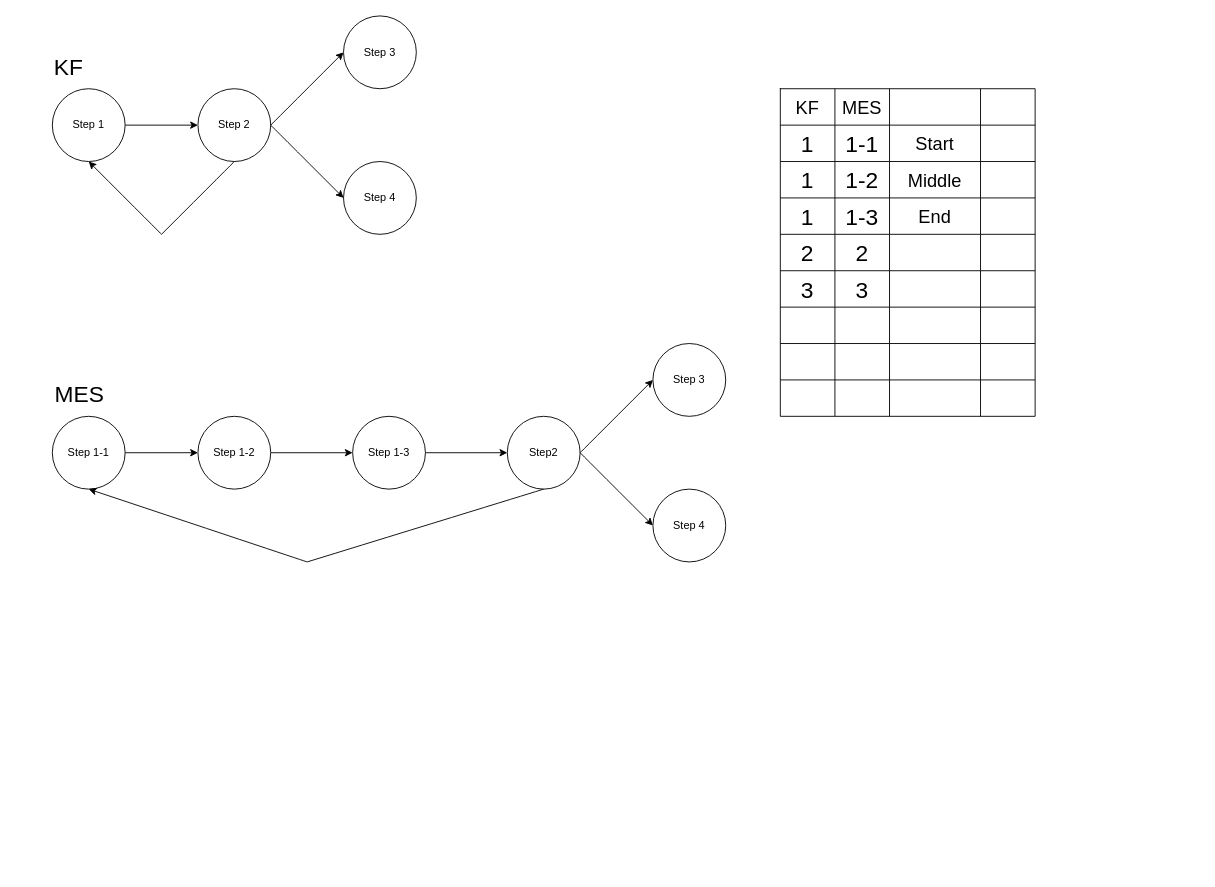
Above: page "KF to MES routing mapping" (2 of 4) of MES Mindmaps/MES分階段.drawio in vinceliao99/MyDiagrams (draw.io), before the change. Source tidied: cells renumbered, new cells numbered last; positions are measured from the earlier drawing's top-left corner, leaving out a move shared by most shapes. Both pictures are drawn from the tidied source at 91%, with x=0, y=0 at pixel (41, 15).
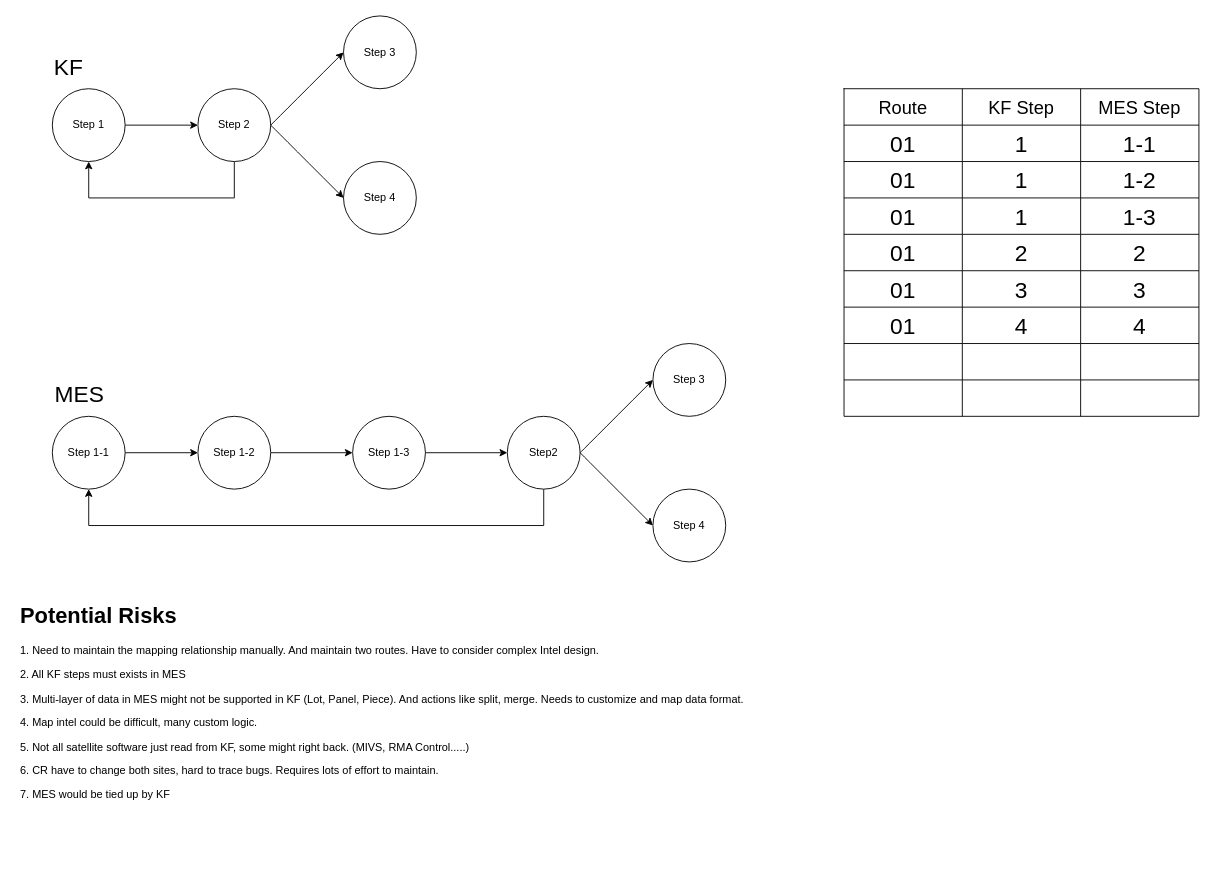
After the change.

Unchanged cells that the change refers to:
```xml
<mxCell id="3" value="Step 1" style="ellipse;whiteSpace=wrap;html=1;" parent="1" vertex="1">
  <mxGeometry x="12" y="80" width="80" height="80" as="geometry" />
</mxCell>
<mxCell id="4" value="Step 2" style="ellipse;whiteSpace=wrap;html=1;" parent="1" vertex="1">
  <mxGeometry x="172" y="80" width="80" height="80" as="geometry" />
</mxCell>
<mxCell id="9" value="Step 1-1" style="ellipse;whiteSpace=wrap;html=1;" parent="1" vertex="1">
  <mxGeometry x="12" y="440" width="80" height="80" as="geometry" />
</mxCell>
<mxCell id="14" value="Step2" style="ellipse;whiteSpace=wrap;html=1;" parent="1" vertex="1">
  <mxGeometry x="512" y="440" width="80" height="80" as="geometry" />
</mxCell>
```

The edit, as a diff of the source:
```diff
@@
+    <mxCell id="78" style="edgeStyle=orthogonalEdgeStyle;rounded=0;jettySize=auto;html=1;exitX=0.5;exitY=1;exitDx=0;exitDy=0;entryX=0.5;entryY=1;entryDx=0;entryDy=0;" parent="1" edge="1" source="4" target="3">
+      <mxGeometry relative="1" as="geometry">
+        <Array as="points">
+          <mxPoint x="212" y="200" />
+          <mxPoint x="52" y="200" />
+        </Array>
+      </mxGeometry>
+    </mxCell>
@@
+    <mxCell id="79" style="edgeStyle=orthogonalEdgeStyle;rounded=0;jettySize=auto;html=1;exitX=0.5;exitY=1;exitDx=0;exitDy=0;entryX=0.5;entryY=1;entryDx=0;entryDy=0;" parent="1" edge="1" source="14" target="9">
+      <mxGeometry relative="1" as="geometry">
+        <Array as="points">
+          <mxPoint x="552" y="560" />
+          <mxPoint x="52" y="560" />
+        </Array>
+      </mxGeometry>
+    </mxCell>
@@
     <mxCell id="18" style="shape=table;startSize=0;childLayout=tableLayout;fontSize=25;" parent="1" vertex="1">
-      <mxGeometry x="812" y="80" width="280" height="360" as="geometry" />
+      <mxGeometry x="882" y="80" width="390" height="360" as="geometry" />
     </mxCell>
     <mxCell id="19" style="shape=tableRow;horizontal=0;startSize=0;swimlaneHead=0;swimlaneBody=0;top=0;left=0;bottom=0;right=0;fillColor=none;fontSize=25;" parent="18" vertex="1">
-      <mxGeometry width="280" height="40" as="geometry" />
+      <mxGeometry width="390" height="40" as="geometry" />
     </mxCell>
+    <mxCell id="80" value="Route" style="shape=partialRectangle;html=1;whiteSpace=wrap;overflow=hidden;fillColor=none;top=0;left=0;bottom=0;right=0;fontSize=20;" parent="19" vertex="1">
+      <mxGeometry width="130" height="40" as="geometry" />
+    </mxCell>
-    <mxCell id="20" value="KF" style="shape=partialRectangle;html=1;whiteSpace=wrap;overflow=hidden;fillColor=none;top=0;left=0;bottom=0;right=0;fontSize=20;" parent="19" vertex="1">
-      <mxGeometry width="60" height="40" as="geometry" />
+    <mxCell id="20" value="KF Step" style="shape=partialRectangle;html=1;whiteSpace=wrap;overflow=hidden;fillColor=none;top=0;left=0;bottom=0;right=0;fontSize=20;" parent="19" vertex="1">
+      <mxGeometry x="130" width="130" height="40" as="geometry" />
     </mxCell>
-    <mxCell id="21" value="MES" style="shape=partialRectangle;html=1;whiteSpace=wrap;overflow=hidden;fillColor=none;top=0;left=0;bottom=0;right=0;fontSize=20;" parent="19" vertex="1">
-      <mxGeometry x="60" width="60" height="40" as="geometry" />
+    <mxCell id="21" value="MES Step" style="shape=partialRectangle;html=1;whiteSpace=wrap;overflow=hidden;fillColor=none;top=0;left=0;bottom=0;right=0;fontSize=20;" parent="19" vertex="1">
+      <mxGeometry x="260" width="130" height="40" as="geometry" />
     </mxCell>
-    <mxCell id="22" style="shape=partialRectangle;html=1;whiteSpace=wrap;overflow=hidden;fillColor=none;top=0;left=0;bottom=0;right=0;fontSize=20;" parent="19" vertex="1">
-      <mxGeometry x="120" width="100" height="40" as="geometry" />
-    </mxCell>
-    <mxCell id="23" style="shape=partialRectangle;html=1;whiteSpace=wrap;overflow=hidden;fillColor=none;top=0;left=0;bottom=0;right=0;fontSize=25;" parent="19" vertex="1">
-      <mxGeometry x="220" width="60" height="40" as="geometry" />
-    </mxCell>
     <mxCell id="24" style="shape=tableRow;horizontal=0;startSize=0;swimlaneHead=0;swimlaneBody=0;top=0;left=0;bottom=0;right=0;fillColor=none;fontSize=25;" parent="18" vertex="1">
-      <mxGeometry y="40" width="280" height="40" as="geometry" />
+      <mxGeometry y="40" width="390" height="40" as="geometry" />
     </mxCell>
+    <mxCell id="81" value="01" style="shape=partialRectangle;html=1;whiteSpace=wrap;overflow=hidden;fillColor=none;top=0;left=0;bottom=0;right=0;fontSize=25;" parent="24" vertex="1">
+      <mxGeometry width="130" height="40" as="geometry" />
+    </mxCell>
     <mxCell id="25" value="1" style="shape=partialRectangle;html=1;whiteSpace=wrap;overflow=hidden;fillColor=none;top=0;left=0;bottom=0;right=0;fontSize=25;" parent="24" vertex="1">
-      <mxGeometry width="60" height="40" as="geometry" />
+      <mxGeometry x="130" width="130" height="40" as="geometry" />
     </mxCell>
     <mxCell id="26" value="1-1" style="shape=partialRectangle;html=1;whiteSpace=wrap;overflow=hidden;fillColor=none;top=0;left=0;bottom=0;right=0;fontSize=25;" parent="24" vertex="1">
-      <mxGeometry x="60" width="60" height="40" as="geometry" />
+      <mxGeometry x="260" width="130" height="40" as="geometry" />
     </mxCell>
-    <mxCell id="27" value="Start" style="shape=partialRectangle;html=1;whiteSpace=wrap;overflow=hidden;fillColor=none;top=0;left=0;bottom=0;right=0;fontSize=20;" parent="24" vertex="1">
-      <mxGeometry x="120" width="100" height="40" as="geometry" />
-    </mxCell>
-    <mxCell id="28" style="shape=partialRectangle;html=1;whiteSpace=wrap;overflow=hidden;fillColor=none;top=0;left=0;bottom=0;right=0;fontSize=25;" parent="24" vertex="1">
-      <mxGeometry x="220" width="60" height="40" as="geometry" />
-    </mxCell>
     <mxCell id="29" style="shape=tableRow;horizontal=0;startSize=0;swimlaneHead=0;swimlaneBody=0;top=0;left=0;bottom=0;right=0;fillColor=none;fontSize=25;" parent="18" vertex="1">
-      <mxGeometry y="80" width="280" height="40" as="geometry" />
+      <mxGeometry y="80" width="390" height="40" as="geometry" />
     </mxCell>
+    <mxCell id="82" value="01" style="shape=partialRectangle;html=1;whiteSpace=wrap;overflow=hidden;fillColor=none;top=0;left=0;bottom=0;right=0;fontSize=25;" parent="29" vertex="1">
+      <mxGeometry width="130" height="40" as="geometry" />
+    </mxCell>
     <mxCell id="30" value="1" style="shape=partialRectangle;html=1;whiteSpace=wrap;overflow=hidden;fillColor=none;top=0;left=0;bottom=0;right=0;fontSize=25;" parent="29" vertex="1">
-      <mxGeometry width="60" height="40" as="geometry" />
+      <mxGeometry x="130" width="130" height="40" as="geometry" />
     </mxCell>
     <mxCell id="31" value="1-2" style="shape=partialRectangle;html=1;whiteSpace=wrap;overflow=hidden;fillColor=none;top=0;left=0;bottom=0;right=0;fontSize=25;" parent="29" vertex="1">
-      <mxGeometry x="60" width="60" height="40" as="geometry" />
+      <mxGeometry x="260" width="130" height="40" as="geometry" />
     </mxCell>
-    <mxCell id="32" value="Middle" style="shape=partialRectangle;html=1;whiteSpace=wrap;overflow=hidden;fillColor=none;top=0;left=0;bottom=0;right=0;fontSize=20;" parent="29" vertex="1">
-      <mxGeometry x="120" width="100" height="40" as="geometry" />
-    </mxCell>
-    <mxCell id="33" style="shape=partialRectangle;html=1;whiteSpace=wrap;overflow=hidden;fillColor=none;top=0;left=0;bottom=0;right=0;fontSize=25;" parent="29" vertex="1">
-      <mxGeometry x="220" width="60" height="40" as="geometry" />
-    </mxCell>
     <mxCell id="34" style="shape=tableRow;horizontal=0;startSize=0;swimlaneHead=0;swimlaneBody=0;top=0;left=0;bottom=0;right=0;fillColor=none;fontSize=25;" parent="18" vertex="1">
-      <mxGeometry y="120" width="280" height="40" as="geometry" />
+      <mxGeometry y="120" width="390" height="40" as="geometry" />
     </mxCell>
+    <mxCell id="83" value="01" style="shape=partialRectangle;html=1;whiteSpace=wrap;overflow=hidden;fillColor=none;top=0;left=0;bottom=0;right=0;fontSize=25;" parent="34" vertex="1">
+      <mxGeometry width="130" height="40" as="geometry" />
+    </mxCell>
     <mxCell id="35" value="1" style="shape=partialRectangle;html=1;whiteSpace=wrap;overflow=hidden;fillColor=none;top=0;left=0;bottom=0;right=0;fontSize=25;" parent="34" vertex="1">
-      <mxGeometry width="60" height="40" as="geometry" />
+      <mxGeometry x="130" width="130" height="40" as="geometry" />
     </mxCell>
     <mxCell id="36" value="1-3" style="shape=partialRectangle;html=1;whiteSpace=wrap;overflow=hidden;fillColor=none;top=0;left=0;bottom=0;right=0;fontSize=25;" parent="34" vertex="1">
-      <mxGeometry x="60" width="60" height="40" as="geometry" />
+      <mxGeometry x="260" width="130" height="40" as="geometry" />
     </mxCell>
-    <mxCell id="37" value="End" style="shape=partialRectangle;html=1;whiteSpace=wrap;overflow=hidden;fillColor=none;top=0;left=0;bottom=0;right=0;fontSize=20;" parent="34" vertex="1">
-      <mxGeometry x="120" width="100" height="40" as="geometry" />
-    </mxCell>
-    <mxCell id="38" style="shape=partialRectangle;html=1;whiteSpace=wrap;overflow=hidden;fillColor=none;top=0;left=0;bottom=0;right=0;fontSize=25;" parent="34" vertex="1">
-      <mxGeometry x="220" width="60" height="40" as="geometry" />
-    </mxCell>
     <mxCell id="39" style="shape=tableRow;horizontal=0;startSize=0;swimlaneHead=0;swimlaneBody=0;top=0;left=0;bottom=0;right=0;fillColor=none;fontSize=25;" parent="18" vertex="1">
-      <mxGeometry y="160" width="280" height="40" as="geometry" />
+      <mxGeometry y="160" width="390" height="40" as="geometry" />
     </mxCell>
+    <mxCell id="84" value="01" style="shape=partialRectangle;html=1;whiteSpace=wrap;overflow=hidden;fillColor=none;top=0;left=0;bottom=0;right=0;fontSize=25;" parent="39" vertex="1">
+      <mxGeometry width="130" height="40" as="geometry" />
+    </mxCell>
     <mxCell id="40" value="2" style="shape=partialRectangle;html=1;whiteSpace=wrap;overflow=hidden;fillColor=none;top=0;left=0;bottom=0;right=0;fontSize=25;" parent="39" vertex="1">
-      <mxGeometry width="60" height="40" as="geometry" />
+      <mxGeometry x="130" width="130" height="40" as="geometry" />
     </mxCell>
     <mxCell id="41" value="2" style="shape=partialRectangle;html=1;whiteSpace=wrap;overflow=hidden;fillColor=none;top=0;left=0;bottom=0;right=0;fontSize=25;" parent="39" vertex="1">
-      <mxGeometry x="60" width="60" height="40" as="geometry" />
+      <mxGeometry x="260" width="130" height="40" as="geometry" />
     </mxCell>
-    <mxCell id="42" style="shape=partialRectangle;html=1;whiteSpace=wrap;overflow=hidden;fillColor=none;top=0;left=0;bottom=0;right=0;fontSize=25;" parent="39" vertex="1">
-      <mxGeometry x="120" width="100" height="40" as="geometry" />
-    </mxCell>
-    <mxCell id="43" style="shape=partialRectangle;html=1;whiteSpace=wrap;overflow=hidden;fillColor=none;top=0;left=0;bottom=0;right=0;fontSize=25;" parent="39" vertex="1">
-      <mxGeometry x="220" width="60" height="40" as="geometry" />
-    </mxCell>
     <mxCell id="44" style="shape=tableRow;horizontal=0;startSize=0;swimlaneHead=0;swimlaneBody=0;top=0;left=0;bottom=0;right=0;fillColor=none;fontSize=25;" parent="18" vertex="1">
-      <mxGeometry y="200" width="280" height="40" as="geometry" />
+      <mxGeometry y="200" width="390" height="40" as="geometry" />
     </mxCell>
+    <mxCell id="85" value="01" style="shape=partialRectangle;html=1;whiteSpace=wrap;overflow=hidden;fillColor=none;top=0;left=0;bottom=0;right=0;fontSize=25;" parent="44" vertex="1">
+      <mxGeometry width="130" height="40" as="geometry" />
+    </mxCell>
     <mxCell id="45" value="3" style="shape=partialRectangle;html=1;whiteSpace=wrap;overflow=hidden;fillColor=none;top=0;left=0;bottom=0;right=0;fontSize=25;" parent="44" vertex="1">
-      <mxGeometry width="60" height="40" as="geometry" />
+      <mxGeometry x="130" width="130" height="40" as="geometry" />
     </mxCell>
     <mxCell id="46" value="3" style="shape=partialRectangle;html=1;whiteSpace=wrap;overflow=hidden;fillColor=none;top=0;left=0;bottom=0;right=0;fontSize=25;" parent="44" vertex="1">
-      <mxGeometry x="60" width="60" height="40" as="geometry" />
+      <mxGeometry x="260" width="130" height="40" as="geometry" />
     </mxCell>
-    <mxCell id="47" style="shape=partialRectangle;html=1;whiteSpace=wrap;overflow=hidden;fillColor=none;top=0;left=0;bottom=0;right=0;fontSize=25;" parent="44" vertex="1">
-      <mxGeometry x="120" width="100" height="40" as="geometry" />
-    </mxCell>
-    <mxCell id="48" style="shape=partialRectangle;html=1;whiteSpace=wrap;overflow=hidden;fillColor=none;top=0;left=0;bottom=0;right=0;fontSize=25;" parent="44" vertex="1">
-      <mxGeometry x="220" width="60" height="40" as="geometry" />
-    </mxCell>
     <mxCell id="49" style="shape=tableRow;horizontal=0;startSize=0;swimlaneHead=0;swimlaneBody=0;top=0;left=0;bottom=0;right=0;fillColor=none;fontSize=25;" parent="18" vertex="1">
-      <mxGeometry y="240" width="280" height="40" as="geometry" />
+      <mxGeometry y="240" width="390" height="40" as="geometry" />
     </mxCell>
+    <mxCell id="86" value="01" style="shape=partialRectangle;html=1;whiteSpace=wrap;overflow=hidden;fillColor=none;top=0;left=0;bottom=0;right=0;fontSize=25;" parent="49" vertex="1">
+      <mxGeometry width="130" height="40" as="geometry" />
+    </mxCell>
-    <mxCell id="50" style="shape=partialRectangle;html=1;whiteSpace=wrap;overflow=hidden;fillColor=none;top=0;left=0;bottom=0;right=0;fontSize=25;" parent="49" vertex="1">
-      <mxGeometry width="60" height="40" as="geometry" />
+    <mxCell id="50" value="4" style="shape=partialRectangle;html=1;whiteSpace=wrap;overflow=hidden;fillColor=none;top=0;left=0;bottom=0;right=0;fontSize=25;" parent="49" vertex="1">
+      <mxGeometry x="130" width="130" height="40" as="geometry" />
     </mxCell>
-    <mxCell id="51" style="shape=partialRectangle;html=1;whiteSpace=wrap;overflow=hidden;fillColor=none;top=0;left=0;bottom=0;right=0;fontSize=25;" parent="49" vertex="1">
-      <mxGeometry x="60" width="60" height="40" as="geometry" />
+    <mxCell id="51" value="4" style="shape=partialRectangle;html=1;whiteSpace=wrap;overflow=hidden;fillColor=none;top=0;left=0;bottom=0;right=0;fontSize=25;" parent="49" vertex="1">
+      <mxGeometry x="260" width="130" height="40" as="geometry" />
     </mxCell>
-    <mxCell id="52" style="shape=partialRectangle;html=1;whiteSpace=wrap;overflow=hidden;fillColor=none;top=0;left=0;bottom=0;right=0;fontSize=25;" parent="49" vertex="1">
-      <mxGeometry x="120" width="100" height="40" as="geometry" />
-    </mxCell>
-    <mxCell id="53" style="shape=partialRectangle;html=1;whiteSpace=wrap;overflow=hidden;fillColor=none;top=0;left=0;bottom=0;right=0;fontSize=25;" parent="49" vertex="1">
-      <mxGeometry x="220" width="60" height="40" as="geometry" />
-    </mxCell>
     <mxCell id="54" style="shape=tableRow;horizontal=0;startSize=0;swimlaneHead=0;swimlaneBody=0;top=0;left=0;bottom=0;right=0;fillColor=none;fontSize=25;" parent="18" vertex="1">
-      <mxGeometry y="280" width="280" height="40" as="geometry" />
+      <mxGeometry y="280" width="390" height="40" as="geometry" />
     </mxCell>
+    <mxCell id="87" style="shape=partialRectangle;html=1;whiteSpace=wrap;overflow=hidden;fillColor=none;top=0;left=0;bottom=0;right=0;fontSize=25;" parent="54" vertex="1">
+      <mxGeometry width="130" height="40" as="geometry" />
+    </mxCell>
     <mxCell id="55" style="shape=partialRectangle;html=1;whiteSpace=wrap;overflow=hidden;fillColor=none;top=0;left=0;bottom=0;right=0;fontSize=25;" parent="54" vertex="1">
-      <mxGeometry width="60" height="40" as="geometry" />
+      <mxGeometry x="130" width="130" height="40" as="geometry" />
     </mxCell>
     <mxCell id="56" style="shape=partialRectangle;html=1;whiteSpace=wrap;overflow=hidden;fillColor=none;top=0;left=0;bottom=0;right=0;fontSize=25;" parent="54" vertex="1">
-      <mxGeometry x="60" width="60" height="40" as="geometry" />
+      <mxGeometry x="260" width="130" height="40" as="geometry" />
     </mxCell>
-    <mxCell id="57" style="shape=partialRectangle;html=1;whiteSpace=wrap;overflow=hidden;fillColor=none;top=0;left=0;bottom=0;right=0;fontSize=25;" parent="54" vertex="1">
-      <mxGeometry x="120" width="100" height="40" as="geometry" />
-    </mxCell>
-    <mxCell id="58" style="shape=partialRectangle;html=1;whiteSpace=wrap;overflow=hidden;fillColor=none;top=0;left=0;bottom=0;right=0;fontSize=25;" parent="54" vertex="1">
-      <mxGeometry x="220" width="60" height="40" as="geometry" />
-    </mxCell>
     <mxCell id="59" style="shape=tableRow;horizontal=0;startSize=0;swimlaneHead=0;swimlaneBody=0;top=0;left=0;bottom=0;right=0;fillColor=none;fontSize=25;" parent="18" vertex="1">
-      <mxGeometry y="320" width="280" height="40" as="geometry" />
+      <mxGeometry y="320" width="390" height="40" as="geometry" />
     </mxCell>
+    <mxCell id="88" style="shape=partialRectangle;html=1;whiteSpace=wrap;overflow=hidden;fillColor=none;top=0;left=0;bottom=0;right=0;fontSize=25;" parent="59" vertex="1">
+      <mxGeometry width="130" height="40" as="geometry" />
+    </mxCell>
     <mxCell id="60" style="shape=partialRectangle;html=1;whiteSpace=wrap;overflow=hidden;fillColor=none;top=0;left=0;bottom=0;right=0;fontSize=25;" parent="59" vertex="1">
-      <mxGeometry width="60" height="40" as="geometry" />
+      <mxGeometry x="130" width="130" height="40" as="geometry" />
     </mxCell>
     <mxCell id="61" style="shape=partialRectangle;html=1;whiteSpace=wrap;overflow=hidden;fillColor=none;top=0;left=0;bottom=0;right=0;fontSize=25;" parent="59" vertex="1">
-      <mxGeometry x="60" width="60" height="40" as="geometry" />
+      <mxGeometry x="260" width="130" height="40" as="geometry" />
     </mxCell>
-    <mxCell id="62" style="shape=partialRectangle;html=1;whiteSpace=wrap;overflow=hidden;fillColor=none;top=0;left=0;bottom=0;right=0;fontSize=25;" parent="59" vertex="1">
-      <mxGeometry x="120" width="100" height="40" as="geometry" />
-    </mxCell>
-    <mxCell id="63" style="shape=partialRectangle;html=1;whiteSpace=wrap;overflow=hidden;fillColor=none;top=0;left=0;bottom=0;right=0;fontSize=25;" parent="59" vertex="1">
-      <mxGeometry x="220" width="60" height="40" as="geometry" />
-    </mxCell>
-    <mxCell id="64" style="shape=partialRectangle;html=1;whiteSpace=wrap;fillColor=none;top=0;left=0;bottom=0;right=0;overflow=hidden;fontSize=25;" parent="1" vertex="1">
-      <mxGeometry x="342" y="880" width="60" height="40" as="geometry" />
-    </mxCell>
@@
-    <mxCell id="67" style="endArrow=classic;html=1;rounded=0;fontSize=20;curved=1;entryX=0.5;entryY=1;entryDx=0;entryDy=0;" parent="1" edge="1" target="3">
-      <mxGeometry relative="1" as="geometry">
-        <mxPoint x="132" y="240" as="sourcePoint" />
-      </mxGeometry>
-    </mxCell>
-    <mxCell id="68" style="endArrow=none;html=1;rounded=0;fontSize=20;curved=1;exitX=0.5;exitY=1;exitDx=0;exitDy=0;endFill=0;" parent="1" edge="1" source="4">
-      <mxGeometry relative="1" as="geometry">
-        <mxPoint x="132" y="240" as="targetPoint" />
-      </mxGeometry>
-    </mxCell>
-    <mxCell id="69" style="endArrow=classic;html=1;rounded=0;fontSize=20;curved=1;entryX=0.5;entryY=1;entryDx=0;entryDy=0;" parent="1" edge="1">
-      <mxGeometry relative="1" as="geometry">
-        <mxPoint x="292" y="600" as="sourcePoint" />
-        <mxPoint x="52" y="520" as="targetPoint" />
-      </mxGeometry>
-    </mxCell>
-    <mxCell id="70" style="endArrow=none;html=1;rounded=0;fontSize=20;curved=1;exitX=0.5;exitY=1;exitDx=0;exitDy=0;endFill=0;" parent="1" edge="1" source="14">
-      <mxGeometry relative="1" as="geometry">
-        <mxPoint x="292" y="600" as="targetPoint" />
-      </mxGeometry>
-    </mxCell>
@@
+    <mxCell id="89" value="&lt;h1&gt;Potential Risks&lt;/h1&gt;&lt;p&gt;1. Need to maintain the mapping relationship manually. And maintain two routes. Have to consider complex Intel design.&lt;/p&gt;&lt;p&gt;2. All KF steps must exists&amp;nbsp;in MES&lt;/p&gt;&lt;p&gt;3. Multi-layer of data in MES might not be supported in KF (Lot, Panel, Piece). And actions like split, merge. Needs to customize and map data format.&amp;nbsp;&lt;/p&gt;&lt;p&gt;4. Map intel could be difficult, many custom logic.&lt;/p&gt;&lt;p&gt;5. Not all satellite software just read from KF, some might right back. (MIVS, RMA Control.....)&amp;nbsp;&lt;/p&gt;&lt;p&gt;6. CR have to change both sites, hard to trace bugs. Requires lots of effort to maintain.&lt;/p&gt;&lt;p&gt;7. MES would be tied up by KF&lt;/p&gt;&lt;p&gt;&lt;br&gt;&lt;/p&gt;" style="text;html=1;strokeColor=none;fillColor=none;spacing=5;spacingTop=-20;whiteSpace=wrap;overflow=hidden;rounded=0;" parent="1" vertex="1">
+      <mxGeometry x="-28" y="640" width="960" height="240" as="geometry" />
+    </mxCell>
```
